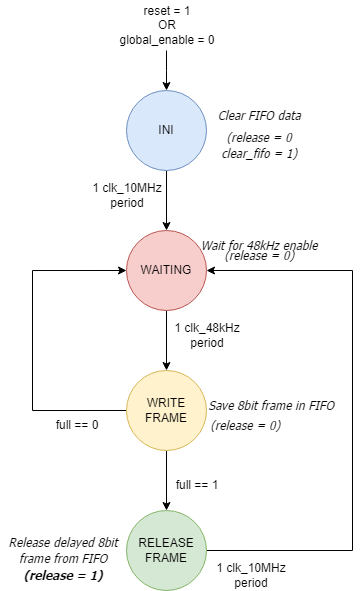
Above: seda-procesado-audio.png in javijnb/LPRO_diagrams (draw.io), before the change. Source tidied: cells renumbered, new cells last; positions are measured from the earlier drawing's top-left corner, leaving out a move shared by most shapes.
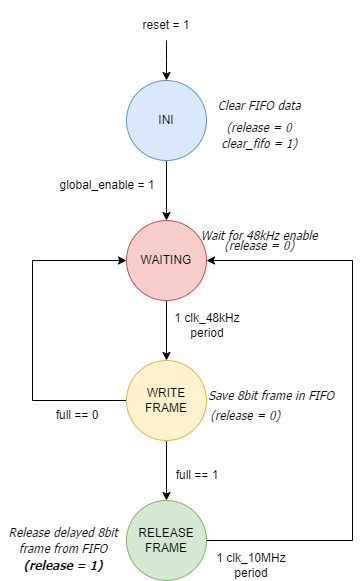
After the change.

Change to the diagram source:
```diff
@@ -44,11 +44,11 @@
     <mxCell id="11" value="RELEASE FRAME" style="ellipse;whiteSpace=wrap;html=1;fillColor=#d5e8d4;strokeColor=#82b366;" parent="1" vertex="1">
       <mxGeometry x="126" y="510" width="80" height="80" as="geometry" />
     </mxCell>
-    <mxCell id="12" value="reset = 1 &lt;br&gt;OR&lt;br&gt;global_enable = 0" style="text;html=1;strokeColor=none;fillColor=none;align=center;verticalAlign=middle;whiteSpace=wrap;rounded=0;" parent="1" vertex="1">
-      <mxGeometry x="72" width="190" height="50" as="geometry" />
+    <mxCell id="12" value="reset = 1" style="text;html=1;strokeColor=none;fillColor=none;align=center;verticalAlign=middle;whiteSpace=wrap;rounded=0;" parent="1" vertex="1">
+      <mxGeometry x="71" y="10" width="190" height="50" as="geometry" />
     </mxCell>
-    <mxCell id="13" value="1 clk_10MHz period" style="text;html=1;strokeColor=none;fillColor=none;align=center;verticalAlign=middle;whiteSpace=wrap;rounded=0;" parent="1" vertex="1">
-      <mxGeometry x="82" y="180" width="90" height="30" as="geometry" />
+    <mxCell id="13" value="global_enable = 1" style="text;html=1;strokeColor=none;fillColor=none;align=center;verticalAlign=middle;whiteSpace=wrap;rounded=0;" parent="1" vertex="1">
+      <mxGeometry x="52" y="180" width="110" height="30" as="geometry" />
     </mxCell>
     <mxCell id="14" value="1 clk_48kHz period" style="text;html=1;strokeColor=none;fillColor=none;align=center;verticalAlign=middle;whiteSpace=wrap;rounded=0;" parent="1" vertex="1">
       <mxGeometry x="162" y="320" width="90" height="30" as="geometry" />
```
